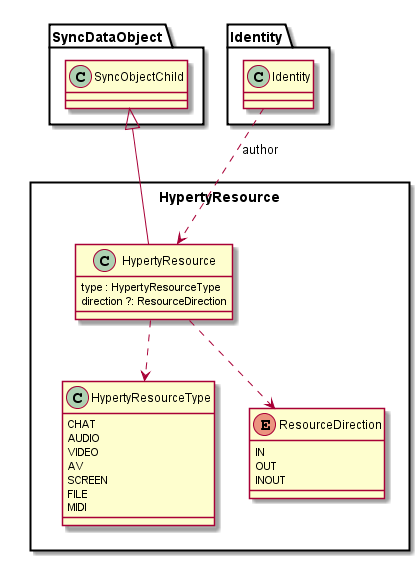
Above: docs/datamodel/data-objects/communication/Hyperty-Resource-Data-Object-Model.png in reTHINK-project/dev-service-framework (PlantUML), before the change.
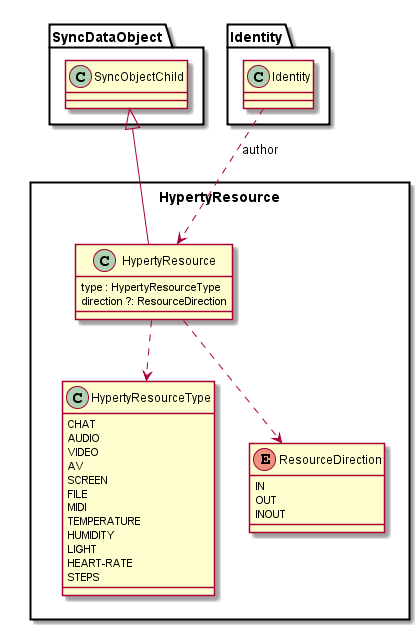
The same diagram one commit later.

Commit message:
Added Action data model to be used by actuators

The edit, as a diff of the source:
```diff
@@ -15,6 +15,11 @@
 		SCREEN
 		FILE
 		MIDI
+		TEMPERATURE
+		HUMIDITY
+		LIGHT
+		HEART-RATE
+		STEPS
 	}
 
 	enum ResourceDirection {
```
